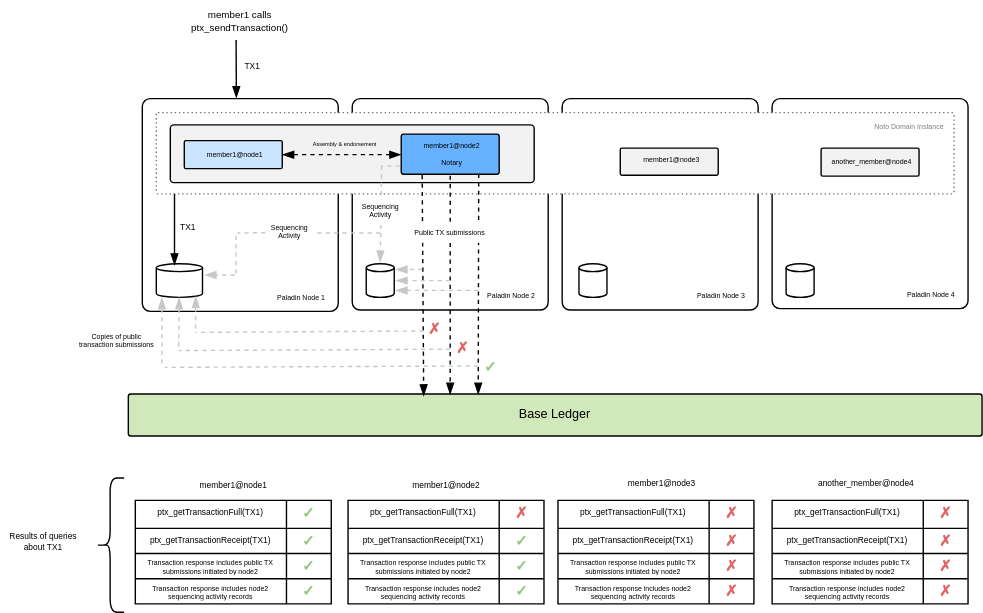
Earlier version of the draw.io export doc-site/docs/architecture/diagrams/paladin-node-data-flows.svg (LFDT-Paladin/paladin). Source tidied: cells renumbered, new cells last; positions are measured from the earlier drawing's top-left corner, leaving out a move shared by most shapes.
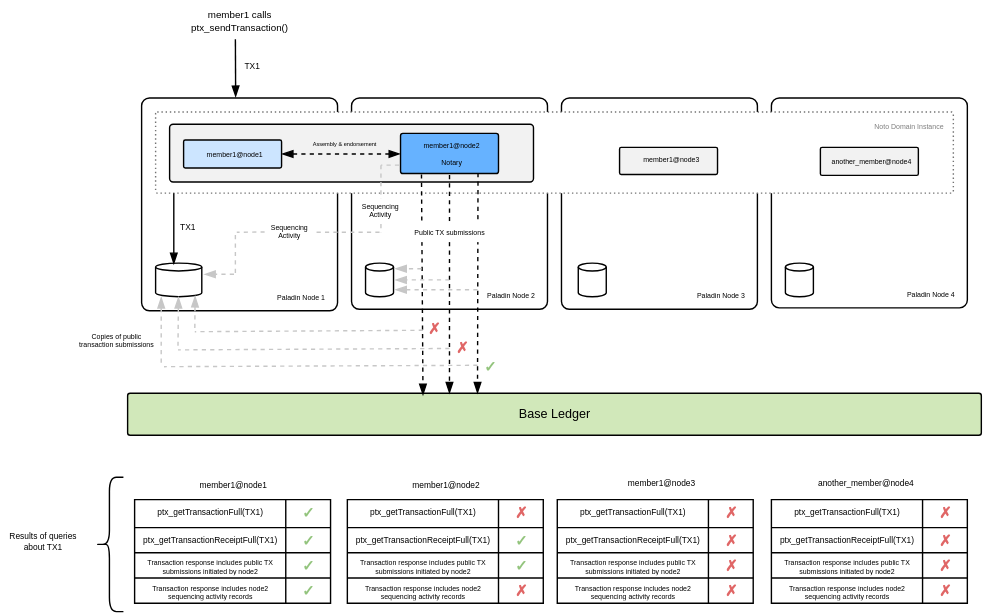
Above is the later version.

Change to the diagram source:
```diff
@@ -23,7 +23,7 @@
     <mxCell id="8" style="shape=tableRow;horizontal=0;startSize=0;swimlaneHead=0;swimlaneBody=0;strokeColor=inherit;top=0;left=0;bottom=0;right=0;fillColor=none;" parent="4" vertex="1">
       <mxGeometry y="20" width="140" height="18" as="geometry" />
     </mxCell>
-    <mxCell id="9" value="&lt;span style=&quot;font-family: Arial, sans-serif; font-size: 6px; white-space-collapse: preserve;&quot;&gt;ptx_getTransactionReceipt(TX1)&lt;/span&gt;" style="shape=partialRectangle;html=1;whiteSpace=wrap;strokeColor=inherit;overflow=hidden;fillColor=none;top=0;left=0;bottom=0;right=0;spacingRight=2;spacingLeft=2;fontSize=5;" parent="8" vertex="1">
+    <mxCell id="9" value="&lt;span style=&quot;font-family: Arial, sans-serif; font-size: 6px; white-space-collapse: preserve;&quot;&gt;ptx_getTransactionReceiptFull(TX1)&lt;/span&gt;" style="shape=partialRectangle;html=1;whiteSpace=wrap;strokeColor=inherit;overflow=hidden;fillColor=none;top=0;left=0;bottom=0;right=0;spacingRight=2;spacingLeft=2;fontSize=5;" parent="8" vertex="1">
       <mxGeometry width="108" height="18" as="geometry" />
     </mxCell>
     <mxCell id="10" value="&lt;span style=&quot;color: rgb(147, 196, 125); font-family: Arial, sans-serif; font-size: 10.6667px; font-weight: 700; white-space-collapse: preserve;&quot;&gt;✓&lt;/span&gt;" style="shape=partialRectangle;html=1;whiteSpace=wrap;strokeColor=inherit;overflow=hidden;fillColor=none;top=0;left=0;bottom=0;right=0;spacingRight=2;spacingLeft=2;fontSize=5;" parent="8" vertex="1">
@@ -178,10 +178,9 @@
     <mxCell id="49" value="&lt;font style=&quot;font-size: 6px;&quot;&gt;TX1&lt;/font&gt;" style="rounded=0;whiteSpace=wrap;html=1;strokeColor=none;fillColor=none;" parent="1" vertex="1">
       <mxGeometry x="118" y="145" width="32" height="30" as="geometry" />
     </mxCell>
-    <mxCell id="50" style="endArrow=blockThin;html=1;rounded=0;dashed=1;endFill=1;fillColor=#f5f5f5;strokeColor=light-dark(#c7c7c7, #959595);startArrow=none;startFill=0;" parent="1" edge="1">
+    <mxCell id="50" style="endArrow=none;html=1;rounded=0;dashed=1;endFill=0;fillColor=#f5f5f5;strokeColor=light-dark(#c7c7c7, #959595);startArrow=none;startFill=0;entryX=0.15;entryY=0.636;entryDx=0;entryDy=0;entryPerimeter=0;" parent="1" edge="1" target="17">
       <mxGeometry relative="1" as="geometry">
         <mxPoint x="272" y="118" as="sourcePoint" />
-        <mxPoint x="271" y="187" as="targetPoint" />
       </mxGeometry>
     </mxCell>
     <mxCell id="51" style="endArrow=none;html=1;rounded=0;dashed=1;endFill=0;fillColor=#f5f5f5;strokeColor=light-dark(#c7c7c7, #959595);" parent="1" edge="1">
@@ -220,7 +219,7 @@
     <mxCell id="61" style="shape=tableRow;horizontal=0;startSize=0;swimlaneHead=0;swimlaneBody=0;strokeColor=inherit;top=0;left=0;bottom=0;right=0;fillColor=none;" parent="57" vertex="1">
       <mxGeometry y="20" width="140" height="18" as="geometry" />
     </mxCell>
-    <mxCell id="62" value="&lt;span style=&quot;font-family: Arial, sans-serif; font-size: 6px; white-space-collapse: preserve;&quot;&gt;ptx_getTransactionReceipt(TX1)&lt;/span&gt;" style="shape=partialRectangle;html=1;whiteSpace=wrap;strokeColor=inherit;overflow=hidden;fillColor=none;top=0;left=0;bottom=0;right=0;spacingRight=2;spacingLeft=2;fontSize=5;" parent="61" vertex="1">
+    <mxCell id="62" value="&lt;span style=&quot;font-family: Arial, sans-serif; font-size: 6px; white-space-collapse: preserve;&quot;&gt;ptx_getTransactionReceiptFull(TX1)&lt;/span&gt;" style="shape=partialRectangle;html=1;whiteSpace=wrap;strokeColor=inherit;overflow=hidden;fillColor=none;top=0;left=0;bottom=0;right=0;spacingRight=2;spacingLeft=2;fontSize=5;" parent="61" vertex="1">
       <mxGeometry width="108" height="18" as="geometry" />
     </mxCell>
     <mxCell id="63" value="&lt;span style=&quot;color: rgb(147, 196, 125); font-family: Arial, sans-serif; font-size: 10.6667px; font-weight: 700; white-space-collapse: preserve;&quot;&gt;✓&lt;/span&gt;" style="shape=partialRectangle;html=1;whiteSpace=wrap;strokeColor=inherit;overflow=hidden;fillColor=none;top=0;left=0;bottom=0;right=0;spacingRight=2;spacingLeft=2;fontSize=5;" parent="61" vertex="1">
@@ -241,7 +240,7 @@
     <mxCell id="68" value="Transaction response includes node2 sequencing activity records" style="shape=partialRectangle;html=1;whiteSpace=wrap;strokeColor=inherit;overflow=hidden;fillColor=none;top=0;left=0;bottom=0;right=0;spacingRight=2;spacingLeft=2;fontSize=5;" parent="67" vertex="1">
       <mxGeometry width="108" height="18" as="geometry" />
     </mxCell>
-    <mxCell id="69" value="&lt;span style=&quot;color: rgb(147, 196, 125); font-family: Arial, sans-serif; font-size: 10.6667px; font-weight: 700; white-space-collapse: preserve;&quot;&gt;✓&lt;/span&gt;" style="shape=partialRectangle;html=1;whiteSpace=wrap;strokeColor=inherit;overflow=hidden;fillColor=none;top=0;left=0;bottom=0;right=0;spacingRight=2;spacingLeft=2;fontSize=5;" parent="67" vertex="1">
+    <mxCell id="69" value="&lt;span style=&quot;color: rgb(224, 102, 102); font-family: Arial, sans-serif; font-size: 10.6667px; font-weight: 700; white-space-collapse: preserve;&quot;&gt;✗&lt;/span&gt;" style="shape=partialRectangle;html=1;whiteSpace=wrap;strokeColor=inherit;overflow=hidden;fillColor=none;top=0;left=0;bottom=0;right=0;spacingRight=2;spacingLeft=2;fontSize=5;" parent="67" vertex="1">
       <mxGeometry x="108" width="32" height="18" as="geometry" />
     </mxCell>
     <mxCell id="70" style="shape=table;startSize=0;fontSize=6;spacingLeft=2;" parent="1" vertex="1">
@@ -259,7 +258,7 @@
     <mxCell id="74" style="shape=tableRow;horizontal=0;startSize=0;swimlaneHead=0;swimlaneBody=0;strokeColor=inherit;top=0;left=0;bottom=0;right=0;fillColor=none;" parent="70" vertex="1">
       <mxGeometry y="20" width="140" height="18" as="geometry" />
     </mxCell>
-    <mxCell id="75" value="&lt;span style=&quot;font-family: Arial, sans-serif; font-size: 6px; white-space-collapse: preserve;&quot;&gt;ptx_getTransactionReceipt&lt;/span&gt;&lt;span style=&quot;font-family: Arial, sans-serif; font-size: 6px; white-space-collapse: preserve;&quot;&gt;(TX1)&lt;/span&gt;" style="shape=partialRectangle;html=1;whiteSpace=wrap;strokeColor=inherit;overflow=hidden;fillColor=none;top=0;left=0;bottom=0;right=0;spacingRight=2;spacingLeft=2;fontSize=5;" parent="74" vertex="1">
+    <mxCell id="75" value="&lt;span style=&quot;font-family: Arial, sans-serif; font-size: 6px; white-space-collapse: preserve;&quot;&gt;ptx_getTransactionReceiptFull&lt;/span&gt;&lt;span style=&quot;font-family: Arial, sans-serif; font-size: 6px; white-space-collapse: preserve;&quot;&gt;(TX1)&lt;/span&gt;" style="shape=partialRectangle;html=1;whiteSpace=wrap;strokeColor=inherit;overflow=hidden;fillColor=none;top=0;left=0;bottom=0;right=0;spacingRight=2;spacingLeft=2;fontSize=5;" parent="74" vertex="1">
       <mxGeometry width="108" height="18" as="geometry" />
     </mxCell>
     <mxCell id="76" value="&lt;span style=&quot;color: rgb(224, 102, 102); font-family: Arial, sans-serif; font-size: 10.6667px; font-weight: 700; white-space-collapse: preserve;&quot;&gt;✗&lt;/span&gt;" style="shape=partialRectangle;html=1;whiteSpace=wrap;strokeColor=inherit;overflow=hidden;fillColor=none;top=0;left=0;bottom=0;right=0;spacingRight=2;spacingLeft=2;fontSize=5;" parent="74" vertex="1">
@@ -298,7 +297,7 @@
     <mxCell id="87" style="shape=tableRow;horizontal=0;startSize=0;swimlaneHead=0;swimlaneBody=0;strokeColor=inherit;top=0;left=0;bottom=0;right=0;fillColor=none;" parent="83" vertex="1">
       <mxGeometry y="20" width="140" height="18" as="geometry" />
     </mxCell>
-    <mxCell id="88" value="&lt;span style=&quot;font-family: Arial, sans-serif; font-size: 6px; white-space-collapse: preserve;&quot;&gt;ptx_getTransactionReceipt(TX1)&lt;/span&gt;" style="shape=partialRectangle;html=1;whiteSpace=wrap;strokeColor=inherit;overflow=hidden;fillColor=none;top=0;left=0;bottom=0;right=0;spacingRight=2;spacingLeft=2;fontSize=5;" parent="87" vertex="1">
+    <mxCell id="88" value="&lt;span style=&quot;font-family: Arial, sans-serif; font-size: 6px; white-space-collapse: preserve;&quot;&gt;ptx_getTransactionReceiptFull(TX1)&lt;/span&gt;" style="shape=partialRectangle;html=1;whiteSpace=wrap;strokeColor=inherit;overflow=hidden;fillColor=none;top=0;left=0;bottom=0;right=0;spacingRight=2;spacingLeft=2;fontSize=5;" parent="87" vertex="1">
       <mxGeometry width="108" height="18" as="geometry" />
     </mxCell>
     <mxCell id="89" value="&lt;span style=&quot;color: rgb(224, 102, 102); font-family: Arial, sans-serif; font-size: 10.6667px; font-weight: 700; white-space-collapse: preserve;&quot;&gt;✗&lt;/span&gt;" style="shape=partialRectangle;html=1;whiteSpace=wrap;strokeColor=inherit;overflow=hidden;fillColor=none;top=0;left=0;bottom=0;right=0;spacingRight=2;spacingLeft=2;fontSize=5;" parent="87" vertex="1">
```
